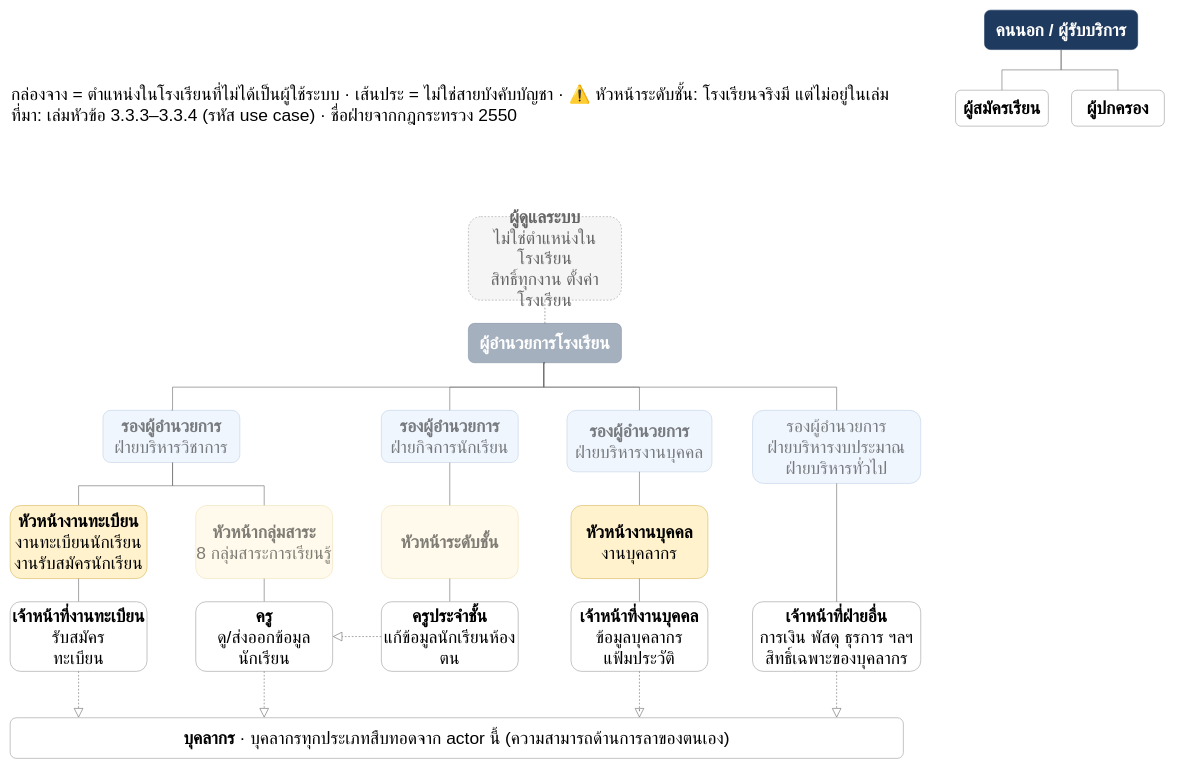
Before: page "10.1 org chart · ทีม B" (17 of 19) of materials/doc/ver-present/2026-11-11-thai-school-staff-structure.drawio in RealTiraqmisu/SchoolDark, a draw.io diagram. Source tidied: cells renumbered, new cells numbered last; positions are measured from the earlier drawing's top-left corner, leaving out a move shared by most shapes. Both pictures are drawn from the tidied source at 58%, with x=0, y=0 at pixel (10, 10).
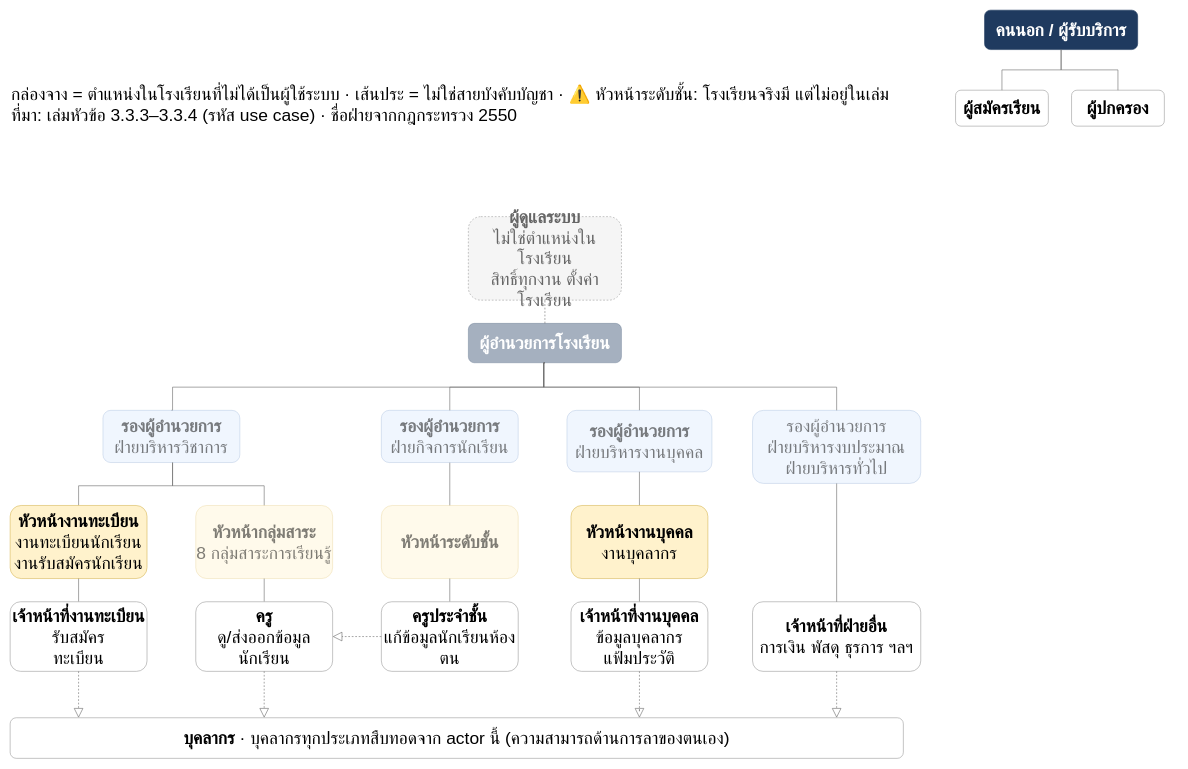
Above is the later version.

What changed in the source:
```diff
@@
-    <mxCell id="38" value="&lt;b&gt;เจ้าหน้าที่ฝ่ายอื่น&lt;/b&gt;&lt;br&gt;การเงิน พัสดุ ธุรการ ฯลฯ&lt;br&gt;สิทธิ์เฉพาะของบุคลากร" style="rounded=1;whiteSpace=wrap;html=1;fontFamily=TH SarabunPSK;fontSize=30;fillColor=#ffffff;strokeColor=#999999;" parent="1" vertex="1">
+    <mxCell id="38" value="&lt;b&gt;เจ้าหน้าที่ฝ่ายอื่น&lt;/b&gt;&lt;br&gt;การเงิน พัสดุ ธุรการ ฯลฯ" style="rounded=1;whiteSpace=wrap;html=1;fontFamily=TH SarabunPSK;fontSize=30;fillColor=#ffffff;strokeColor=#999999;" parent="1" vertex="1">
       <mxGeometry x="1280" y="1020" width="290" height="120" as="geometry" />
     </mxCell>
```
